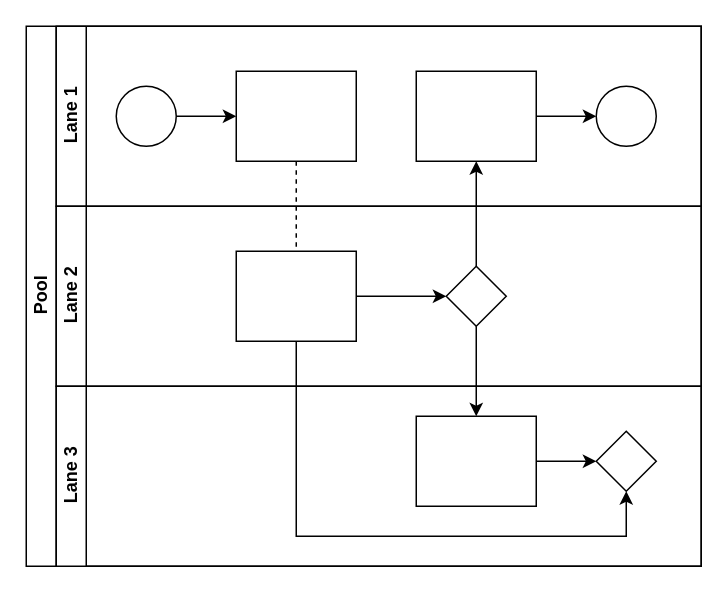
Above: Fogt_Prize_Process.drawio in john-rice/riceisnice (draw.io), before the change. Source tidied: cells renumbered, new cells numbered last; positions are measured from the earlier drawing's top-left corner, leaving out a move shared by most shapes. Both pictures are drawn from the tidied source at 150%, with x=0, y=0 at pixel (26, 26).
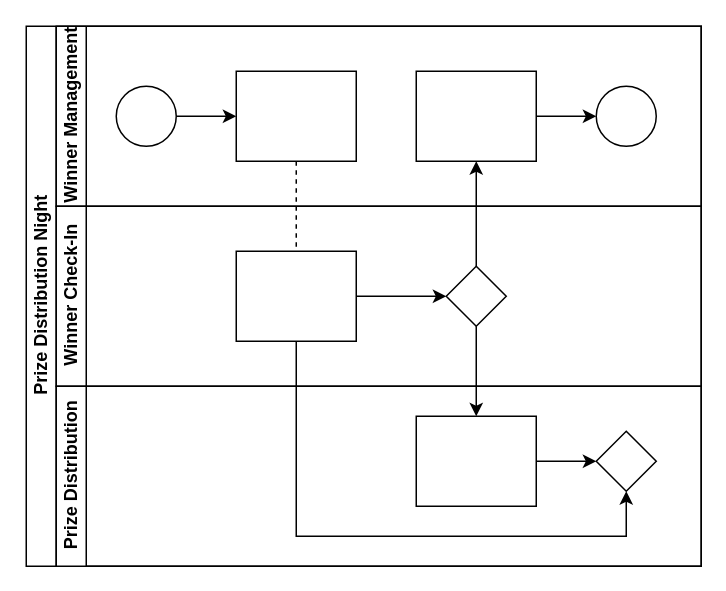
Above is the later version.

Change to the diagram source:
```diff
@@
-    <mxCell id="2" value="Pool" style="swimlane;html=1;horizontal=0;startSize=20;" parent="1" vertex="1">
+    <mxCell id="2" value="Prize Distribution Night" style="swimlane;html=1;horizontal=0;startSize=20;" parent="1" vertex="1">
       <mxGeometry width="450" height="360" as="geometry" />
     </mxCell>
@@
-    <mxCell id="7" value="Lane 1" style="swimlane;html=1;startSize=20;horizontal=0;" parent="2" vertex="1">
+    <mxCell id="7" value="Winner Management" style="swimlane;html=1;startSize=20;horizontal=0;" parent="2" vertex="1">
       <mxGeometry x="20" width="430" height="120" as="geometry" />
     </mxCell>
@@
-    <mxCell id="14" value="Lane 2" style="swimlane;html=1;startSize=20;horizontal=0;" parent="2" vertex="1">
+    <mxCell id="14" value="Winner Check-In" style="swimlane;html=1;startSize=20;horizontal=0;" parent="2" vertex="1">
       <mxGeometry x="20" y="120" width="430" height="120" as="geometry" />
     </mxCell>
@@
-    <mxCell id="18" value="Lane 3" style="swimlane;html=1;startSize=20;horizontal=0;" parent="2" vertex="1">
+    <mxCell id="18" value="Prize Distribution" style="swimlane;html=1;startSize=20;horizontal=0;" parent="2" vertex="1">
       <mxGeometry x="20" y="240" width="430" height="120" as="geometry" />
     </mxCell>
```
